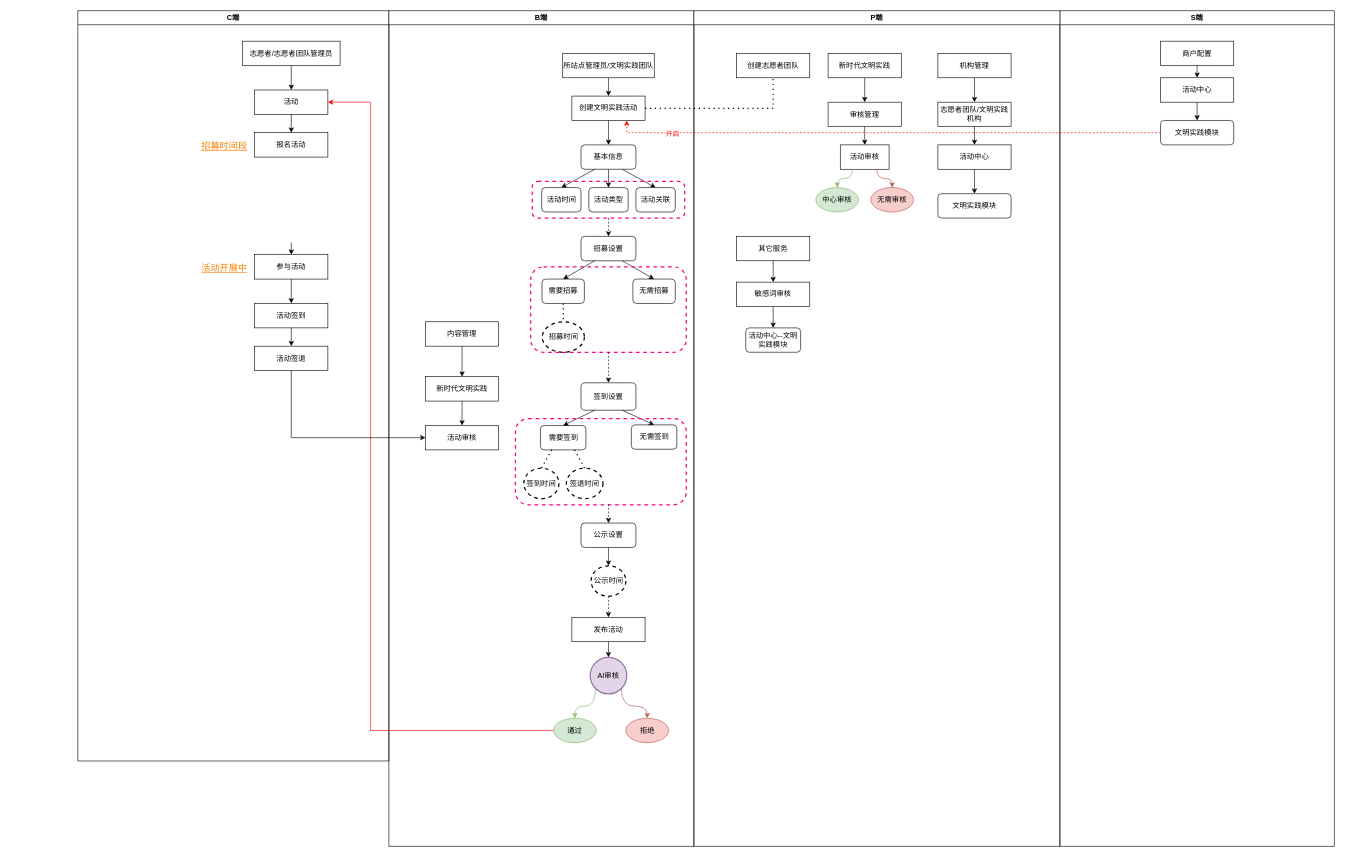
This is 活动.drawio from KZ137onethe/hello-world, a draw.io file, before an edit. Source tidied: cells renumbered, new cells numbered last; positions are measured from the earlier drawing's top-left corner, leaving out a move shared by most shapes. Both pictures are drawn from the tidied source at 61%, with x=0, y=0 at pixel (77, 10).
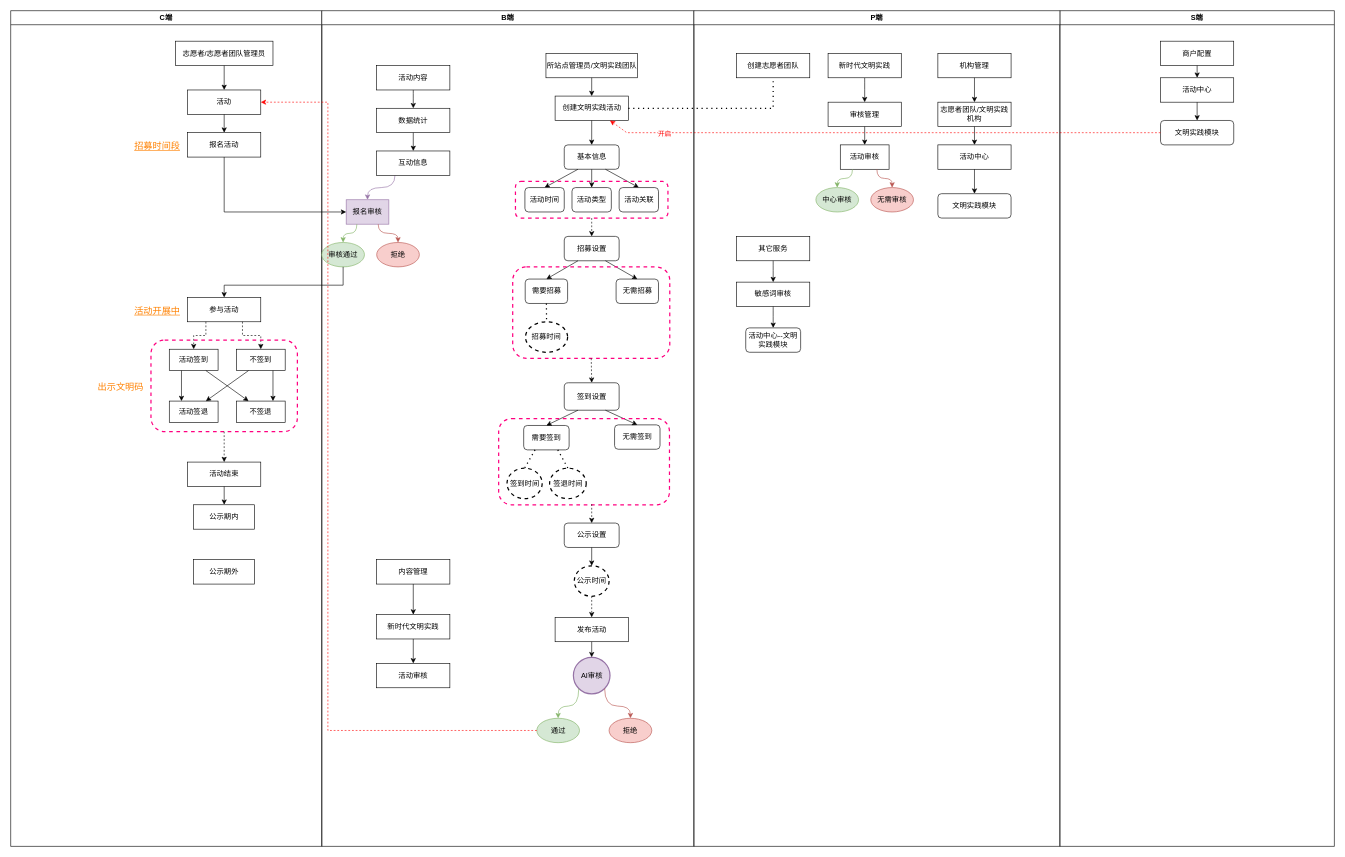
After the change.

Unchanged cells that the change refers to:
```xml
<mxCell id="3" value="活动" style="rounded=0;whiteSpace=wrap;html=1;" parent="2" vertex="1">
  <mxGeometry x="290" y="130" width="120" height="40" as="geometry" />
</mxCell>
<mxCell id="6" value="报名活动" style="rounded=0;whiteSpace=wrap;html=1;" parent="2" vertex="1">
  <mxGeometry x="290" y="200" width="120" height="40" as="geometry" />
</mxCell>
```

The edit, as a diff of the source:
```diff
@@
     <mxCell id="2" value="C端" style="swimlane;" parent="1" vertex="1">
-      <mxGeometry width="510" height="1230" as="geometry" />
+      <mxGeometry x="-110" width="510" height="1370" as="geometry" />
     </mxCell>
@@
     <mxCell id="8" value="参与活动" style="rounded=0;whiteSpace=wrap;html=1;" parent="2" vertex="1">
-      <mxGeometry x="290" y="400" width="120" height="40" as="geometry" />
+      <mxGeometry x="290" y="470" width="120" height="40" as="geometry" />
     </mxCell>
     <mxCell id="9" value="活动签到" style="rounded=0;whiteSpace=wrap;html=1;" parent="2" vertex="1">
-      <mxGeometry x="290" y="480" width="120" height="40" as="geometry" />
+      <mxGeometry x="260" y="555" width="80" height="35" as="geometry" />
     </mxCell>
     <mxCell id="10" value="活动签退" style="rounded=0;whiteSpace=wrap;html=1;" parent="2" vertex="1">
-      <mxGeometry x="290" y="550" width="120" height="40" as="geometry" />
+      <mxGeometry x="260" y="640" width="80" height="35" as="geometry" />
     </mxCell>
-    <mxCell id="11" style="endArrow=classic;html=1;rounded=0;fontSize=14;strokeColor=#000000;exitX=0.5;exitY=1;exitDx=0;exitDy=0;entryX=0.5;entryY=0;entryDx=0;entryDy=0;" parent="2" edge="1" source="8" target="9">
+    <mxCell id="11" style="endArrow=classic;html=1;rounded=0;fontSize=14;strokeColor=#000000;exitX=0.25;exitY=1;exitDx=0;exitDy=0;entryX=0.5;entryY=0;entryDx=0;entryDy=0;dashed=1;edgeStyle=orthogonalEdgeStyle;" parent="2" edge="1" source="8" target="9">
       <mxGeometry relative="1" as="geometry" />
     </mxCell>
-    <mxCell id="12" style="endArrow=classic;html=1;rounded=0;fontSize=14;strokeColor=#000000;exitX=0.5;exitY=1;exitDx=0;exitDy=0;entryX=0.5;entryY=0;entryDx=0;entryDy=0;" parent="2" edge="1" source="9" target="10">
+    <mxCell id="12" style="endArrow=classic;html=1;rounded=0;fontSize=14;strokeColor=#000000;exitX=0.25;exitY=1;exitDx=0;exitDy=0;entryX=0.25;entryY=0;entryDx=0;entryDy=0;" parent="2" edge="1" source="9" target="10">
       <mxGeometry relative="1" as="geometry" />
     </mxCell>
-    <mxCell id="13" style="endArrow=classic;html=1;rounded=0;strokeColor=#000000;entryX=0.5;entryY=0;entryDx=0;entryDy=0;" parent="2" edge="1" target="8">
-      <mxGeometry relative="1" as="geometry">
-        <mxPoint x="350" y="380" as="sourcePoint" />
-      </mxGeometry>
-    </mxCell>
@@
     <mxCell id="15" value="&lt;font color=&quot;#ff8000&quot;&gt;&lt;span style=&quot;font-size: 15px ; font-weight: 400&quot;&gt;&lt;u&gt;活动开展中&lt;/u&gt;&lt;/span&gt;&lt;/font&gt;" style="text;strokeColor=none;fillColor=none;html=1;fontSize=24;fontStyle=1;verticalAlign=middle;align=center;" parent="2" vertex="1">
-      <mxGeometry x="190" y="400" width="100" height="40" as="geometry" />
+      <mxGeometry x="190" y="470" width="100" height="40" as="geometry" />
     </mxCell>
+    <mxCell id="100" value="不签到" style="rounded=0;whiteSpace=wrap;html=1;" parent="2" vertex="1">
+      <mxGeometry x="370" y="555" width="80" height="35" as="geometry" />
+    </mxCell>
+    <mxCell id="101" value="不签退" style="rounded=0;whiteSpace=wrap;html=1;" parent="2" vertex="1">
+      <mxGeometry x="370" y="640" width="80" height="35" as="geometry" />
+    </mxCell>
+    <mxCell id="102" style="endArrow=classic;html=1;rounded=0;fontSize=14;strokeColor=#000000;exitX=0.75;exitY=1;exitDx=0;exitDy=0;entryX=0.75;entryY=0;entryDx=0;entryDy=0;" parent="2" edge="1" source="100" target="101">
+      <mxGeometry relative="1" as="geometry" />
+    </mxCell>
+    <mxCell id="103" style="endArrow=classic;html=1;rounded=0;dashed=1;fontSize=15;fontColor=#FF8000;exitX=0.75;exitY=1;exitDx=0;exitDy=0;entryX=0.5;entryY=0;entryDx=0;entryDy=0;edgeStyle=orthogonalEdgeStyle;" parent="2" edge="1" source="8" target="100">
+      <mxGeometry relative="1" as="geometry" />
+    </mxCell>
+    <mxCell id="104" style="endArrow=classic;html=1;rounded=0;fontSize=15;fontColor=#FF8000;exitX=0.75;exitY=1;exitDx=0;exitDy=0;entryX=0.25;entryY=0;entryDx=0;entryDy=0;" parent="2" edge="1" source="9" target="101">
+      <mxGeometry relative="1" as="geometry" />
+    </mxCell>
+    <mxCell id="105" style="endArrow=classic;html=1;rounded=0;fontSize=15;fontColor=#FF8000;exitX=0.25;exitY=1;exitDx=0;exitDy=0;" parent="2" edge="1" source="100">
+      <mxGeometry relative="1" as="geometry">
+        <mxPoint x="320" y="640" as="targetPoint" />
+      </mxGeometry>
+    </mxCell>
+    <mxCell id="106" style="rounded=1;whiteSpace=wrap;html=1;fillColor=none;strokeWidth=2;dashed=1;strokeColor=#FF0080;" parent="2" vertex="1">
+      <mxGeometry x="230" y="540" width="240" height="150" as="geometry" />
+    </mxCell>
+    <mxCell id="107" value="&lt;font style=&quot;font-size: 15px ; font-weight: normal&quot;&gt;出示文明码&lt;/font&gt;" style="text;strokeColor=none;fillColor=none;html=1;fontSize=24;fontStyle=1;verticalAlign=middle;align=center;fontColor=#FF8000;" parent="2" vertex="1">
+      <mxGeometry x="130" y="595" width="100" height="40" as="geometry" />
+    </mxCell>
+    <mxCell id="108" value="活动结束" style="rounded=0;whiteSpace=wrap;html=1;" parent="2" vertex="1">
+      <mxGeometry x="290" y="740" width="120" height="40" as="geometry" />
+    </mxCell>
+    <mxCell id="109" style="endArrow=classic;html=1;rounded=0;dashed=1;fontSize=15;fontColor=#FF8000;exitX=0.5;exitY=1;exitDx=0;exitDy=0;" parent="2" edge="1" source="106" target="108">
+      <mxGeometry relative="1" as="geometry" />
+    </mxCell>
+    <mxCell id="110" value="公示期内" style="rounded=0;whiteSpace=wrap;html=1;" parent="2" vertex="1">
+      <mxGeometry x="300" y="810" width="100" height="40" as="geometry" />
+    </mxCell>
+    <mxCell id="111" value="公示期外" style="rounded=0;whiteSpace=wrap;html=1;" parent="2" vertex="1">
+      <mxGeometry x="300" y="900" width="100" height="40" as="geometry" />
+    </mxCell>
+    <mxCell id="112" style="endArrow=classic;html=1;rounded=0;fontSize=15;fontColor=#FF8000;exitX=0.5;exitY=1;exitDx=0;exitDy=0;entryX=0.5;entryY=0;entryDx=0;entryDy=0;" parent="2" edge="1" source="108" target="110">
+      <mxGeometry relative="1" as="geometry" />
+    </mxCell>
     <mxCell id="16" value="B端" style="swimlane;" parent="1" vertex="1">
-      <mxGeometry x="510" width="500" height="1370" as="geometry" />
+      <mxGeometry x="400" width="610" height="1370" as="geometry" />
     </mxCell>
     <mxCell id="17" value="所站点管理员/文明实践团队" style="rounded=0;whiteSpace=wrap;html=1;" parent="16" vertex="1">
-      <mxGeometry x="285" y="70" width="150" height="40" as="geometry" />
+      <mxGeometry x="367.5" y="70" width="150" height="40" as="geometry" />
     </mxCell>
     <mxCell id="18" value="创建文明实践活动" style="rounded=0;whiteSpace=wrap;html=1;" parent="16" vertex="1">
-      <mxGeometry x="300" y="140" width="120" height="40" as="geometry" />
+      <mxGeometry x="382.5" y="140" width="120" height="40" as="geometry" />
     </mxCell>
@@
     <mxCell id="20" value="基本信息" style="rounded=1;whiteSpace=wrap;html=1;" parent="16" vertex="1">
-      <mxGeometry x="315" y="220" width="90" height="40" as="geometry" />
+      <mxGeometry x="397.5" y="220" width="90" height="40" as="geometry" />
     </mxCell>
     <mxCell id="21" value="公示设置" style="rounded=1;whiteSpace=wrap;html=1;" parent="16" vertex="1">
-      <mxGeometry x="315" y="840" width="90" height="40" as="geometry" />
+      <mxGeometry x="397.5" y="840" width="90" height="40" as="geometry" />
     </mxCell>
     <mxCell id="22" value="签到设置" style="rounded=1;whiteSpace=wrap;html=1;" parent="16" vertex="1">
-      <mxGeometry x="315" y="610" width="90" height="45" as="geometry" />
+      <mxGeometry x="397.5" y="610" width="90" height="45" as="geometry" />
     </mxCell>
@@
     <mxCell id="24" value="发布活动" style="rounded=0;whiteSpace=wrap;html=1;" parent="16" vertex="1">
-      <mxGeometry x="300" y="994.5" width="120" height="40" as="geometry" />
+      <mxGeometry x="382.5" y="994.5" width="120" height="40" as="geometry" />
     </mxCell>
     <mxCell id="25" value="内容管理" style="rounded=0;whiteSpace=wrap;html=1;" parent="16" vertex="1">
-      <mxGeometry x="60" y="510" width="120" height="40" as="geometry" />
+      <mxGeometry x="90" y="900" width="120" height="40" as="geometry" />
     </mxCell>
     <mxCell id="26" value="活动审核" style="rounded=0;whiteSpace=wrap;html=1;" parent="16" vertex="1">
-      <mxGeometry x="60" y="680" width="120" height="40" as="geometry" />
+      <mxGeometry x="90" y="1070" width="120" height="40" as="geometry" />
     </mxCell>
     <mxCell id="27" value="新时代文明实践" style="rounded=0;whiteSpace=wrap;html=1;" parent="16" vertex="1">
-      <mxGeometry x="60" y="600" width="120" height="40" as="geometry" />
+      <mxGeometry x="90" y="990" width="120" height="40" as="geometry" />
     </mxCell>
@@
     <mxCell id="30" value="通过" style="ellipse;whiteSpace=wrap;html=1;fillColor=#d5e8d4;strokeColor=#82b366;" parent="16" vertex="1">
-      <mxGeometry x="270" y="1160" width="70" height="40" as="geometry" />
+      <mxGeometry x="352.5" y="1160" width="70" height="40" as="geometry" />
     </mxCell>
     <mxCell id="31" value="拒绝" style="ellipse;whiteSpace=wrap;html=1;fillColor=#f8cecc;strokeColor=#b85450;" parent="16" vertex="1">
-      <mxGeometry x="388.5" y="1160" width="70" height="40" as="geometry" />
+      <mxGeometry x="471" y="1160" width="70" height="40" as="geometry" />
     </mxCell>
     <mxCell id="32" value="招募设置" style="rounded=1;whiteSpace=wrap;html=1;" parent="16" vertex="1">
-      <mxGeometry x="315" y="370" width="90" height="40" as="geometry" />
+      <mxGeometry x="397.5" y="370" width="90" height="40" as="geometry" />
     </mxCell>
     <mxCell id="33" style="endArrow=classic;html=1;rounded=0;exitX=0.5;exitY=1;exitDx=0;exitDy=0;" parent="16" edge="1" source="20">
       <mxGeometry relative="1" as="geometry">
-        <mxPoint x="360" y="290" as="targetPoint" />
+        <mxPoint x="442.5" y="290" as="targetPoint" />
       </mxGeometry>
     </mxCell>
@@
     <mxCell id="36" value="活动时间" style="rounded=1;whiteSpace=wrap;html=1;" parent="16" vertex="1">
-      <mxGeometry x="250.5" y="290" width="64.5" height="40" as="geometry" />
+      <mxGeometry x="333" y="290" width="64.5" height="40" as="geometry" />
     </mxCell>
     <mxCell id="37" value="活动类型" style="rounded=1;whiteSpace=wrap;html=1;" parent="16" vertex="1">
-      <mxGeometry x="327.8" y="290" width="64.5" height="40" as="geometry" />
+      <mxGeometry x="410.2" y="290" width="64.5" height="40" as="geometry" />
     </mxCell>
     <mxCell id="38" value="活动关联" style="rounded=1;whiteSpace=wrap;html=1;" parent="16" vertex="1">
-      <mxGeometry x="405" y="290" width="64.5" height="40" as="geometry" />
+      <mxGeometry x="487.5" y="290" width="64.5" height="40" as="geometry" />
     </mxCell>
     <mxCell id="39" style="rounded=1;whiteSpace=wrap;html=1;fillColor=none;strokeWidth=2;dashed=1;strokeColor=#FF0080;" parent="16" vertex="1">
-      <mxGeometry x="235" y="280" width="250" height="60" as="geometry" />
+      <mxGeometry x="317.5" y="280" width="250" height="60" as="geometry" />
     </mxCell>
@@
     <mxCell id="41" value="需要招募" style="rounded=1;whiteSpace=wrap;html=1;strokeColor=#000000;strokeWidth=1;fillColor=default;" parent="16" vertex="1">
-      <mxGeometry x="251" y="440" width="69.5" height="40" as="geometry" />
+      <mxGeometry x="333.5" y="440" width="69.5" height="40" as="geometry" />
     </mxCell>
@@
     <mxCell id="43" value="无需招募" style="rounded=1;whiteSpace=wrap;html=1;strokeColor=#000000;strokeWidth=1;fillColor=default;" parent="16" vertex="1">
-      <mxGeometry x="400" y="440" width="69.5" height="40" as="geometry" />
+      <mxGeometry x="482.5" y="440" width="69.5" height="40" as="geometry" />
     </mxCell>
@@
     <mxCell id="45" value="招募时间" style="ellipse;whiteSpace=wrap;html=1;strokeColor=#000000;strokeWidth=2;fillColor=default;dashed=1;" parent="16" vertex="1">
-      <mxGeometry x="251.5" y="510" width="69" height="50" as="geometry" />
+      <mxGeometry x="334" y="510" width="69" height="50" as="geometry" />
     </mxCell>
@@
     <mxCell id="47" style="endArrow=classic;html=1;rounded=0;dashed=1;" parent="16" edge="1" target="24">
       <mxGeometry relative="1" as="geometry">
-        <mxPoint x="360" y="960" as="sourcePoint" />
+        <mxPoint x="442.5" y="960" as="sourcePoint" />
       </mxGeometry>
     </mxCell>
     <mxCell id="48" value="需要签到" style="rounded=1;whiteSpace=wrap;html=1;" parent="16" vertex="1">
-      <mxGeometry x="248.5" y="680" width="74.5" height="40" as="geometry" />
+      <mxGeometry x="331" y="680" width="74.5" height="40" as="geometry" />
     </mxCell>
     <mxCell id="49" value="无需签到" style="rounded=1;whiteSpace=wrap;html=1;" parent="16" vertex="1">
-      <mxGeometry x="397.5" y="679" width="74.5" height="40" as="geometry" />
+      <mxGeometry x="480" y="679" width="74.5" height="40" as="geometry" />
     </mxCell>
@@
     <mxCell id="52" style="rounded=1;whiteSpace=wrap;html=1;fillColor=none;strokeWidth=2;dashed=1;strokeColor=#FF0080;" parent="16" vertex="1">
-      <mxGeometry x="207.5" y="668.8" width="280" height="141.2" as="geometry" />
+      <mxGeometry x="290" y="668.8" width="280" height="141.2" as="geometry" />
     </mxCell>
     <mxCell id="53" value="签到时间" style="ellipse;whiteSpace=wrap;html=1;dashed=1;strokeColor=#000000;strokeWidth=2;fillColor=default;" parent="16" vertex="1">
-      <mxGeometry x="221.2" y="750" width="57.6" height="50" as="geometry" />
+      <mxGeometry x="303.7" y="750" width="57.6" height="50" as="geometry" />
     </mxCell>
     <mxCell id="54" value="签退时间" style="ellipse;whiteSpace=wrap;html=1;dashed=1;strokeColor=#000000;strokeWidth=2;fillColor=default;" parent="16" vertex="1">
-      <mxGeometry x="291" y="750" width="60" height="50" as="geometry" />
+      <mxGeometry x="373.5" y="750" width="60" height="50" as="geometry" />
     </mxCell>
@@
     <mxCell id="57" style="endArrow=classic;html=1;rounded=0;entryX=0.5;entryY=0;entryDx=0;entryDy=0;dashed=1;" parent="16" edge="1" target="21">
       <mxGeometry relative="1" as="geometry">
-        <mxPoint x="360" y="809" as="sourcePoint" />
+        <mxPoint x="442.5" y="809" as="sourcePoint" />
       </mxGeometry>
     </mxCell>
     <mxCell id="58" value="公示时间" style="ellipse;whiteSpace=wrap;html=1;dashed=1;strokeColor=#000000;strokeWidth=2;fillColor=default;" parent="16" vertex="1">
-      <mxGeometry x="331.5" y="910" width="57" height="50" as="geometry" />
+      <mxGeometry x="414" y="910" width="57" height="50" as="geometry" />
     </mxCell>
@@
     <mxCell id="60" style="rounded=1;whiteSpace=wrap;html=1;fillColor=none;strokeWidth=2;dashed=1;strokeColor=#FF0080;" parent="16" vertex="1">
-      <mxGeometry x="232.5" y="420" width="255" height="140" as="geometry" />
+      <mxGeometry x="313" y="420" width="257.5" height="150" as="geometry" />
     </mxCell>
@@
     <mxCell id="62" value="AI审核" style="ellipse;whiteSpace=wrap;html=1;strokeColor=#9673a6;strokeWidth=2;fillColor=#e1d5e7;" parent="16" vertex="1">
-      <mxGeometry x="330" y="1060" width="60" height="60" as="geometry" />
+      <mxGeometry x="412.5" y="1060" width="60" height="60" as="geometry" />
     </mxCell>
@@
+    <mxCell id="113" value="活动内容" style="rounded=0;whiteSpace=wrap;html=1;" parent="16" vertex="1">
+      <mxGeometry x="90" y="90" width="120" height="40" as="geometry" />
+    </mxCell>
+    <mxCell id="114" value="数据统计" style="rounded=0;whiteSpace=wrap;html=1;" parent="16" vertex="1">
+      <mxGeometry x="90" y="160" width="120" height="40" as="geometry" />
+    </mxCell>
+    <mxCell id="115" value="报名审核" style="rounded=0;whiteSpace=wrap;html=1;fillColor=#e1d5e7;strokeColor=#9673a6;" parent="16" vertex="1">
+      <mxGeometry x="40" y="310" width="70" height="40" as="geometry" />
+    </mxCell>
+    <mxCell id="116" style="endArrow=classic;html=1;rounded=0;fontSize=15;fontColor=#FF8000;curved=1;exitX=0.5;exitY=1;exitDx=0;exitDy=0;" parent="16" edge="1" source="113" target="114">
+      <mxGeometry relative="1" as="geometry" />
+    </mxCell>
+    <mxCell id="117" style="endArrow=classic;html=1;rounded=0;fontSize=15;fontColor=#FF8000;curved=1;entryX=0.5;entryY=0;entryDx=0;entryDy=0;exitX=0.25;exitY=1;exitDx=0;exitDy=0;fillColor=#e1d5e7;strokeColor=#9673a6;edgeStyle=orthogonalEdgeStyle;" parent="16" edge="1" source="122" target="115">
+      <mxGeometry relative="1" as="geometry" />
+    </mxCell>
+    <mxCell id="118" value="审核通过" style="ellipse;whiteSpace=wrap;html=1;fillColor=#d5e8d4;strokeColor=#82b366;" parent="16" vertex="1">
+      <mxGeometry y="380" width="70" height="40" as="geometry" />
+    </mxCell>
+    <mxCell id="119" value="拒绝" style="ellipse;whiteSpace=wrap;html=1;fillColor=#f8cecc;strokeColor=#b85450;" parent="16" vertex="1">
+      <mxGeometry x="90" y="380" width="70" height="40" as="geometry" />
+    </mxCell>
+    <mxCell id="120" style="endArrow=classic;html=1;rounded=0;fontSize=15;fontColor=#FF8000;exitX=0.25;exitY=1;exitDx=0;exitDy=0;entryX=0.5;entryY=0;entryDx=0;entryDy=0;edgeStyle=orthogonalEdgeStyle;curved=1;fillColor=#d5e8d4;strokeColor=#82b366;" parent="16" edge="1" source="115" target="118">
+      <mxGeometry relative="1" as="geometry" />
+    </mxCell>
+    <mxCell id="121" style="endArrow=classic;html=1;rounded=0;fontSize=15;fontColor=#FF8000;exitX=0.75;exitY=1;exitDx=0;exitDy=0;entryX=0.5;entryY=0;entryDx=0;entryDy=0;edgeStyle=orthogonalEdgeStyle;curved=1;fillColor=#f8cecc;strokeColor=#b85450;" parent="16" edge="1" source="115" target="119">
+      <mxGeometry relative="1" as="geometry" />
+    </mxCell>
+    <mxCell id="122" value="互动信息" style="rounded=0;whiteSpace=wrap;html=1;" parent="16" vertex="1">
+      <mxGeometry x="90" y="230" width="120" height="40" as="geometry" />
+    </mxCell>
+    <mxCell id="123" style="endArrow=classic;html=1;rounded=0;fontSize=15;fontColor=#FF8000;exitX=0.5;exitY=1;exitDx=0;exitDy=0;" parent="16" edge="1" source="114" target="122">
+      <mxGeometry relative="1" as="geometry" />
+    </mxCell>
@@
-    <mxCell id="68" style="endArrow=classic;html=1;rounded=0;strokeColor=#FF0000;exitX=0;exitY=0.5;exitDx=0;exitDy=0;entryX=1;entryY=0.5;entryDx=0;entryDy=0;" parent="1" edge="1" source="30" target="3">
+    <mxCell id="68" style="endArrow=classic;html=1;rounded=0;strokeColor=#FF0000;exitX=0;exitY=0.5;exitDx=0;exitDy=0;entryX=1;entryY=0.5;entryDx=0;entryDy=0;dashed=1;" parent="1" edge="1" source="30" target="3">
       <mxGeometry relative="1" as="geometry">
         <Array as="points">
-          <mxPoint x="480" y="1180" />
-          <mxPoint x="480" y="150" />
+          <mxPoint x="410" y="1180" />
+          <mxPoint x="410" y="150" />
         </Array>
       </mxGeometry>
     </mxCell>
-    <mxCell id="69" style="endArrow=classic;html=1;rounded=0;fontSize=14;strokeColor=#000000;exitX=0.5;exitY=1;exitDx=0;exitDy=0;entryX=0;entryY=0.5;entryDx=0;entryDy=0;" parent="1" edge="1" source="10" target="26">
-      <mxGeometry relative="1" as="geometry">
-        <Array as="points">
-          <mxPoint x="350" y="700" />
-        </Array>
-      </mxGeometry>
-    </mxCell>
@@
+    <mxCell id="124" style="endArrow=classic;html=1;rounded=0;fontSize=15;fontColor=#FF8000;exitX=0.5;exitY=1;exitDx=0;exitDy=0;entryX=0;entryY=0.5;entryDx=0;entryDy=0;" parent="1" edge="1" source="6" target="115">
+      <mxGeometry relative="1" as="geometry">
+        <Array as="points">
+          <mxPoint x="240" y="330" />
+        </Array>
+      </mxGeometry>
+    </mxCell>
+    <mxCell id="13" style="endArrow=classic;html=1;rounded=0;strokeColor=#000000;entryX=0.5;entryY=0;entryDx=0;entryDy=0;exitX=0.5;exitY=1;exitDx=0;exitDy=0;" parent="1" edge="1" source="118" target="8">
+      <mxGeometry relative="1" as="geometry">
+        <Array as="points">
+          <mxPoint x="435" y="450" />
+          <mxPoint x="240" y="450" />
+        </Array>
+      </mxGeometry>
+    </mxCell>
```
